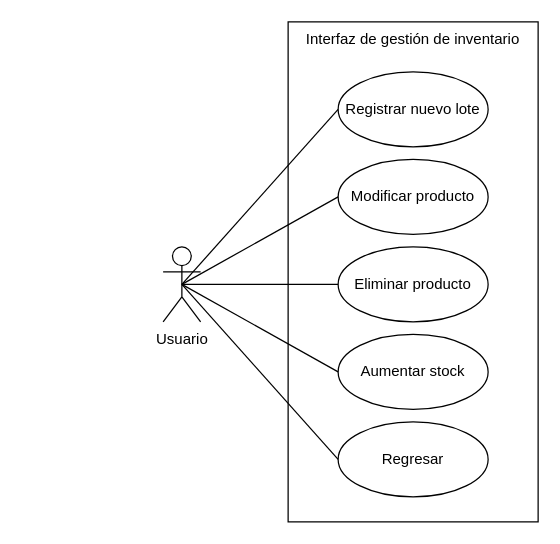
Before: gestion inventario.drawio in Ovills/analisis, a draw.io diagram. Source tidied: cells renumbered, new cells numbered last; positions are measured from the earlier drawing's top-left corner, leaving out a move shared by most shapes. Both pictures are drawn from the tidied source at 125%, with x=0, y=0 at pixel (162, 21).
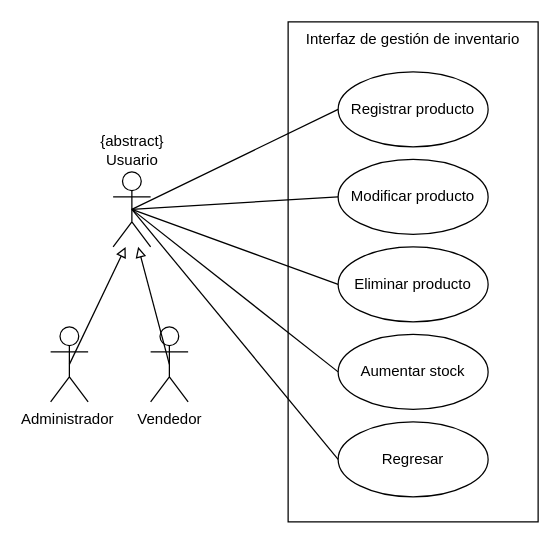
The same page after the edit.

What changed in the source:
```diff
@@
 <mxGraphModel>
   <root>
     <mxCell id="0" />
     <mxCell id="1" parent="0" />
-    <mxCell id="2" value="Usuario" style="shape=umlActor;verticalLabelPosition=bottom;verticalAlign=top;html=1;outlineConnect=0;fillColor=none;" parent="1" vertex="1">
-      <mxGeometry y="180" width="30" height="60" as="geometry" />
+    <mxCell id="2" value="{abstract}&lt;br&gt;Usuario" style="shape=umlActor;verticalLabelPosition=top;verticalAlign=bottom;html=1;outlineConnect=0;fillColor=none;labelPosition=center;align=center;" parent="1" vertex="1">
+      <mxGeometry x="-40" y="120" width="30" height="60" as="geometry" />
     </mxCell>
     <mxCell id="3" value="Interfaz de gestión de inventario" style="rounded=0;whiteSpace=wrap;html=1;fillColor=none;verticalAlign=top;" parent="1" vertex="1">
       <mxGeometry x="100" width="200" height="400" as="geometry" />
     </mxCell>
-    <mxCell id="4" value="Registrar nuevo lote" style="ellipse;whiteSpace=wrap;html=1;fillColor=none;" parent="1" vertex="1">
+    <mxCell id="4" value="Registrar producto" style="ellipse;whiteSpace=wrap;html=1;fillColor=none;" parent="1" vertex="1">
       <mxGeometry x="140" y="40" width="120" height="60" as="geometry" />
     </mxCell>
     <mxCell id="5" value="Modificar producto" style="ellipse;whiteSpace=wrap;html=1;fillColor=none;" parent="1" vertex="1">
       <mxGeometry x="140" y="110" width="120" height="60" as="geometry" />
     </mxCell>
     <mxCell id="6" value="Eliminar producto" style="ellipse;whiteSpace=wrap;html=1;fillColor=none;" parent="1" vertex="1">
       <mxGeometry x="140" y="180" width="120" height="60" as="geometry" />
     </mxCell>
     <mxCell id="7" value="Aumentar stock" style="ellipse;whiteSpace=wrap;html=1;fillColor=none;" parent="1" vertex="1">
       <mxGeometry x="140" y="250" width="120" height="60" as="geometry" />
     </mxCell>
     <mxCell id="8" value="Regresar" style="ellipse;whiteSpace=wrap;html=1;fillColor=none;" parent="1" vertex="1">
       <mxGeometry x="140" y="320" width="120" height="60" as="geometry" />
     </mxCell>
     <mxCell id="9" style="endArrow=none;html=1;rounded=0;exitX=0.5;exitY=0.5;exitDx=0;exitDy=0;exitPerimeter=0;entryX=0;entryY=0.5;entryDx=0;entryDy=0;" parent="1" edge="1" source="2" target="4">
       <mxGeometry relative="1" as="geometry" />
     </mxCell>
     <mxCell id="10" style="endArrow=none;html=1;rounded=0;exitX=0.5;exitY=0.5;exitDx=0;exitDy=0;exitPerimeter=0;entryX=0;entryY=0.5;entryDx=0;entryDy=0;" parent="1" edge="1" source="2" target="5">
       <mxGeometry relative="1" as="geometry" />
     </mxCell>
     <mxCell id="11" style="endArrow=none;html=1;rounded=0;exitX=0.5;exitY=0.5;exitDx=0;exitDy=0;exitPerimeter=0;entryX=0;entryY=0.5;entryDx=0;entryDy=0;" parent="1" edge="1" source="2" target="6">
       <mxGeometry relative="1" as="geometry" />
     </mxCell>
     <mxCell id="12" style="endArrow=none;html=1;rounded=0;exitX=0.5;exitY=0.5;exitDx=0;exitDy=0;exitPerimeter=0;entryX=0;entryY=0.5;entryDx=0;entryDy=0;" parent="1" edge="1" source="2" target="7">
       <mxGeometry relative="1" as="geometry" />
     </mxCell>
     <mxCell id="13" style="endArrow=none;html=1;rounded=0;exitX=0.5;exitY=0.5;exitDx=0;exitDy=0;exitPerimeter=0;entryX=0;entryY=0.5;entryDx=0;entryDy=0;" parent="1" edge="1" source="2" target="8">
       <mxGeometry relative="1" as="geometry" />
     </mxCell>
+    <mxCell id="14" value="Administrador&amp;nbsp;" style="shape=umlActor;verticalLabelPosition=bottom;verticalAlign=top;html=1;outlineConnect=0;fillColor=none;" parent="1" vertex="1">
+      <mxGeometry x="-90" y="244" width="30" height="60" as="geometry" />
+    </mxCell>
+    <mxCell id="15" value="Vendedor" style="shape=umlActor;verticalLabelPosition=bottom;verticalAlign=top;html=1;outlineConnect=0;fillColor=none;" parent="1" vertex="1">
+      <mxGeometry x="-10" y="244" width="30" height="60" as="geometry" />
+    </mxCell>
+    <mxCell id="16" style="endArrow=block;html=1;rounded=0;exitX=0.5;exitY=0.5;exitDx=0;exitDy=0;exitPerimeter=0;endFill=0;" parent="1" edge="1" source="14">
+      <mxGeometry relative="1" as="geometry">
+        <mxPoint x="-30" y="180" as="targetPoint" />
+      </mxGeometry>
+    </mxCell>
+    <mxCell id="17" style="endArrow=block;html=1;rounded=0;exitX=0.5;exitY=0.5;exitDx=0;exitDy=0;exitPerimeter=0;endFill=0;" parent="1" edge="1" source="15">
+      <mxGeometry relative="1" as="geometry">
+        <mxPoint x="-20" y="180" as="targetPoint" />
+      </mxGeometry>
+    </mxCell>
   </root>
 </mxGraphModel>
```
